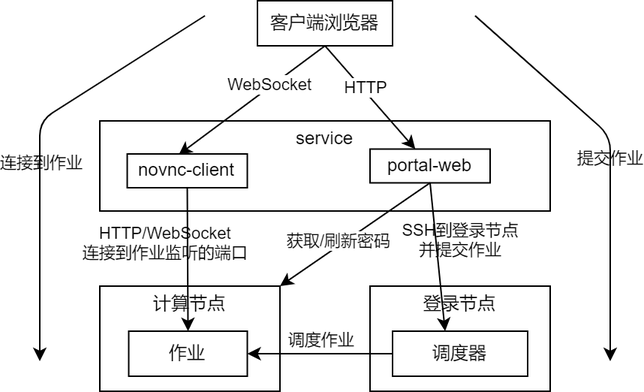
The draw.io diagram docs/docs/deploy/config/portal/apps/app.png in PKUHPC/OpenSCOW, before a commit. Source tidied: cells renumbered, new cells last; positions are measured from the earlier drawing's top-left corner, leaving out a move shared by most shapes.
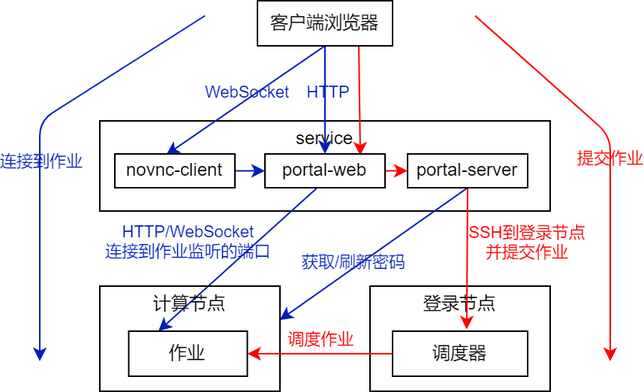
The same diagram one commit later.

Commit message:
docs: 更新文档中交互式作业架构图片

The edit, as a diff of the source:
```diff
@@ -8,46 +8,52 @@
     <mxCell id="3" value="登录节点" style="rounded=0;whiteSpace=wrap;fillColor=none;verticalAlign=top;spacing=0;labelBackgroundColor=none;" parent="1" vertex="1">
       <mxGeometry x="220" y="190" width="120" height="70" as="geometry" />
     </mxCell>
-    <mxCell id="4" style="edgeStyle=none;exitX=0.5;exitY=1;exitDx=0;exitDy=0;spacing=0;labelBackgroundColor=none;" parent="1" edge="1" source="8" target="13">
+    <mxCell id="4" style="edgeStyle=none;exitX=0.5;exitY=1;exitDx=0;exitDy=0;spacing=0;labelBackgroundColor=none;fillColor=#0050ef;strokeColor=#001DBC;shadow=0;" parent="1" edge="1" source="8" target="13">
       <mxGeometry relative="1" as="geometry" />
     </mxCell>
-    <mxCell id="5" value="HTTP" style="edgeLabel;html=1;align=center;verticalAlign=middle;" parent="4" vertex="1">
+    <mxCell id="5" value="HTTP" style="edgeLabel;html=1;align=center;verticalAlign=middle;fontColor=#001DBC;labelBackgroundColor=none;" parent="4" vertex="1">
       <mxGeometry x="-0.16" y="2" relative="1" as="geometry" />
     </mxCell>
-    <mxCell id="6" style="edgeStyle=none;html=1;exitX=0.5;exitY=1;exitDx=0;exitDy=0;entryX=0.428;entryY=0.025;entryDx=0;entryDy=0;entryPerimeter=0;" parent="1" edge="1" source="8" target="25">
+    <mxCell id="6" style="edgeStyle=none;html=1;exitX=0.5;exitY=1;exitDx=0;exitDy=0;entryX=0.428;entryY=0.025;entryDx=0;entryDy=0;entryPerimeter=0;strokeColor=#001DBC;" parent="1" edge="1" source="8" target="25">
       <mxGeometry relative="1" as="geometry" />
     </mxCell>
-    <mxCell id="7" value="WebSocket" style="edgeLabel;html=1;align=center;verticalAlign=middle;" parent="6" vertex="1">
-      <mxGeometry x="-0.25" y="-1" relative="1" as="geometry" />
+    <mxCell id="7" value="WebSocket" style="edgeLabel;html=1;align=center;verticalAlign=middle;fontColor=#001DBC;labelBackgroundColor=none;" parent="6" vertex="1">
+      <mxGeometry x="-0.25" y="-1" relative="1" as="geometry">
+        <mxPoint x="-12" y="4" as="offset" />
+      </mxGeometry>
     </mxCell>
+    <mxCell id="26" style="edgeStyle=none;html=1;exitX=0.75;exitY=1;exitDx=0;exitDy=0;entryX=0.794;entryY=0.047;entryDx=0;entryDy=0;entryPerimeter=0;shadow=0;labelBackgroundColor=none;strokeColor=#FF0000;fontColor=#001DBC;" parent="1" edge="1" source="8" target="13">
+      <mxGeometry relative="1" as="geometry" />
+    </mxCell>
     <mxCell id="8" value="客户端浏览器" style="whiteSpace=wrap;fillColor=none;spacing=0;labelBackgroundColor=none;" parent="1" vertex="1">
       <mxGeometry x="145" width="90" height="30" as="geometry" />
     </mxCell>
-    <mxCell id="9" style="edgeStyle=none;exitX=0.5;exitY=1;exitDx=0;exitDy=0;startArrow=none;entryX=0.5;entryY=0;entryDx=0;entryDy=0;spacing=0;labelBackgroundColor=none;" parent="1" edge="1" source="25" target="20">
+    <mxCell id="9" style="edgeStyle=none;exitX=0.428;exitY=1.024;exitDx=0;exitDy=0;startArrow=none;spacing=0;labelBackgroundColor=none;entryX=0.25;entryY=0;entryDx=0;entryDy=0;fillColor=#0050ef;strokeColor=#001DBC;exitPerimeter=0;" parent="1" edge="1" source="13" target="20">
       <mxGeometry relative="1" as="geometry" />
     </mxCell>
-    <mxCell id="10" value="HTTP/WebSocket&#10;连接到作业监听的端口" style="edgeLabel;align=center;verticalAlign=middle;spacing=0;labelBackgroundColor=none;" parent="9" vertex="1">
+    <mxCell id="10" value="HTTP/WebSocket&#10;连接到作业监听的端口" style="edgeLabel;align=center;verticalAlign=middle;spacing=0;labelBackgroundColor=none;fontColor=#001dbc;" parent="9" vertex="1">
       <mxGeometry x="0.25" y="-2" relative="1" as="geometry">
-        <mxPoint x="-13" y="-24" as="offset" />
+        <mxPoint x="-18" y="-23" as="offset" />
       </mxGeometry>
     </mxCell>
-    <mxCell id="11" style="edgeStyle=none;html=1;exitX=0.5;exitY=1;exitDx=0;exitDy=0;entryX=1;entryY=0;entryDx=0;entryDy=0;" parent="1" edge="1" source="13" target="17">
+    <mxCell id="11" style="edgeStyle=none;html=1;exitX=0.5;exitY=1;exitDx=0;exitDy=0;entryX=0.998;entryY=0.323;entryDx=0;entryDy=0;entryPerimeter=0;fillColor=#0050ef;strokeColor=#001DBC;" parent="1" edge="1" source="29" target="17">
       <mxGeometry relative="1" as="geometry" />
     </mxCell>
-    <mxCell id="12" value="获取/刷新密码" style="edgeLabel;html=1;align=center;verticalAlign=middle;" parent="11" vertex="1">
+    <mxCell id="12" value="获取/刷新密码" style="edgeLabel;html=1;align=center;verticalAlign=middle;fontColor=#001DBC;labelBackgroundColor=none;" parent="11" vertex="1">
       <mxGeometry x="0.18" y="-3" relative="1" as="geometry" />
     </mxCell>
+    <mxCell id="27" style="edgeStyle=none;html=1;exitX=1;exitY=0.5;exitDx=0;exitDy=0;entryX=0;entryY=0.5;entryDx=0;entryDy=0;fontColor=#c43131;strokeColor=#FF0000;" parent="1" edge="1" source="13" target="29">
+      <mxGeometry relative="1" as="geometry" />
+    </mxCell>
     <mxCell id="13" value="portal-web" style="rounded=0;whiteSpace=wrap;fillColor=none;spacing=0;labelBackgroundColor=none;" parent="1" vertex="1">
-      <mxGeometry x="220" y="98.8" width="80" height="22.5" as="geometry" />
+      <mxGeometry x="150" y="102" width="80" height="22.5" as="geometry" />
     </mxCell>
-    <mxCell id="14" style="edgeStyle=none;exitX=0.5;exitY=1;exitDx=0;exitDy=0;spacing=0;labelBackgroundColor=none;" parent="1" edge="1" source="13">
-      <mxGeometry relative="1" as="geometry">
-        <mxPoint x="270" y="220" as="targetPoint" />
-      </mxGeometry>
+    <mxCell id="14" style="edgeStyle=none;exitX=0.5;exitY=1;exitDx=0;exitDy=0;spacing=0;labelBackgroundColor=none;entryX=0.549;entryY=-0.039;entryDx=0;entryDy=0;entryPerimeter=0;fontColor=#FF0000;strokeColor=#FF0000;" parent="1" edge="1" source="29" target="16">
+      <mxGeometry relative="1" as="geometry" />
     </mxCell>
-    <mxCell id="15" value="SSH到登录节点&#10;并提交作业" style="edgeLabel;align=center;verticalAlign=middle;spacing=0;labelBackgroundColor=none;" parent="14" vertex="1">
+    <mxCell id="15" value="SSH到登录节点&#10;并提交作业" style="edgeLabel;align=center;verticalAlign=middle;spacing=0;labelBackgroundColor=none;fontColor=#FF0000;" parent="14" vertex="1">
       <mxGeometry x="-0.15" y="-2" relative="1" as="geometry">
-        <mxPoint x="18" y="-4" as="offset" />
+        <mxPoint x="42" y="-4" as="offset" />
       </mxGeometry>
     </mxCell>
     <mxCell id="16" value="调度器" style="rounded=0;whiteSpace=wrap;spacing=0;labelBackgroundColor=none;fillColor=none;" parent="1" vertex="1">
@@ -56,10 +62,10 @@
     <mxCell id="17" value="计算节点" style="rounded=0;whiteSpace=wrap;fillColor=none;verticalAlign=top;spacing=0;labelBackgroundColor=none;" parent="1" vertex="1">
       <mxGeometry x="40" y="190" width="120" height="70" as="geometry" />
     </mxCell>
-    <mxCell id="18" style="edgeStyle=none;exitX=0;exitY=0.5;exitDx=0;exitDy=0;entryX=1;entryY=0.5;entryDx=0;entryDy=0;spacing=0;labelBackgroundColor=none;" parent="1" edge="1" source="16" target="20">
+    <mxCell id="18" style="edgeStyle=none;exitX=0;exitY=0.5;exitDx=0;exitDy=0;entryX=1;entryY=0.5;entryDx=0;entryDy=0;spacing=0;labelBackgroundColor=none;fontColor=#ff0000;strokeColor=#FF0000;" parent="1" edge="1" source="16" target="20">
       <mxGeometry relative="1" as="geometry" />
     </mxCell>
-    <mxCell id="19" value="调度作业" style="edgeLabel;align=center;verticalAlign=middle;spacing=0;labelBackgroundColor=none;" parent="18" vertex="1">
+    <mxCell id="19" value="调度作业" style="edgeLabel;align=center;verticalAlign=middle;spacing=0;labelBackgroundColor=none;fontColor=#ff0000;" parent="18" vertex="1">
       <mxGeometry x="-0.1" y="1" relative="1" as="geometry">
         <mxPoint x="-4" y="-11" as="offset" />
       </mxGeometry>
@@ -67,7 +73,7 @@
     <mxCell id="20" value="作业" style="rounded=0;whiteSpace=wrap;spacing=0;labelBackgroundColor=none;fillColor=none;" parent="1" vertex="1">
       <mxGeometry x="59.2" y="220" width="79" height="30" as="geometry" />
     </mxCell>
-    <mxCell id="21" style="endArrow=classic;html=1;" parent="1" edge="1">
+    <mxCell id="21" style="endArrow=classic;html=1;fillColor=#a20025;strokeColor=#001DBC;" parent="1" edge="1">
       <mxGeometry relative="1" as="geometry">
         <mxPoint x="110" y="10" as="sourcePoint" />
         <mxPoint y="240" as="targetPoint" />
@@ -76,10 +82,10 @@
         </Array>
       </mxGeometry>
     </mxCell>
-    <mxCell id="22" value="连接到作业" style="edgeLabel;html=1;align=center;verticalAlign=middle;fontColor=default;labelBackgroundColor=none;" parent="21" vertex="1">
+    <mxCell id="22" value="连接到作业" style="edgeLabel;html=1;align=center;verticalAlign=middle;fontColor=#001DBC;labelBackgroundColor=none;" parent="21" vertex="1">
       <mxGeometry x="0.09" y="1" relative="1" as="geometry" />
     </mxCell>
-    <mxCell id="23" style="endArrow=classic;html=1;" parent="1" edge="1">
+    <mxCell id="23" style="endArrow=classic;html=1;strokeColor=#FF0000;" parent="1" edge="1">
       <mxGeometry relative="1" as="geometry">
         <mxPoint x="290" y="10" as="sourcePoint" />
         <mxPoint x="380" y="240" as="targetPoint" />
@@ -88,11 +94,17 @@
         </Array>
       </mxGeometry>
     </mxCell>
-    <mxCell id="24" value="提交作业" style="edgeLabel;html=1;align=center;verticalAlign=middle;labelBackgroundColor=none;" parent="23" vertex="1">
+    <mxCell id="24" value="提交作业" style="edgeLabel;html=1;align=center;verticalAlign=middle;labelBackgroundColor=none;fontColor=#FF0000;" parent="23" vertex="1">
       <mxGeometry relative="1" as="geometry" />
     </mxCell>
+    <mxCell id="28" style="edgeStyle=none;html=1;fillColor=#0050ef;strokeColor=#001DBC;entryX=0;entryY=0.5;entryDx=0;entryDy=0;" parent="1" edge="1" source="25" target="13">
+      <mxGeometry relative="1" as="geometry" />
+    </mxCell>
     <mxCell id="25" value="novnc-client" style="rounded=0;whiteSpace=wrap;fillColor=none;spacing=0;labelBackgroundColor=none;" parent="1" vertex="1">
-      <mxGeometry x="58.2" y="102" width="80" height="22.5" as="geometry" />
+      <mxGeometry x="50" y="102" width="80" height="22.5" as="geometry" />
     </mxCell>
+    <mxCell id="29" value="portal-server" style="rounded=0;whiteSpace=wrap;fillColor=none;spacing=0;labelBackgroundColor=none;" parent="1" vertex="1">
+      <mxGeometry x="245" y="102" width="80" height="22.5" as="geometry" />
+    </mxCell>
   </root>
 </mxGraphModel>
```
